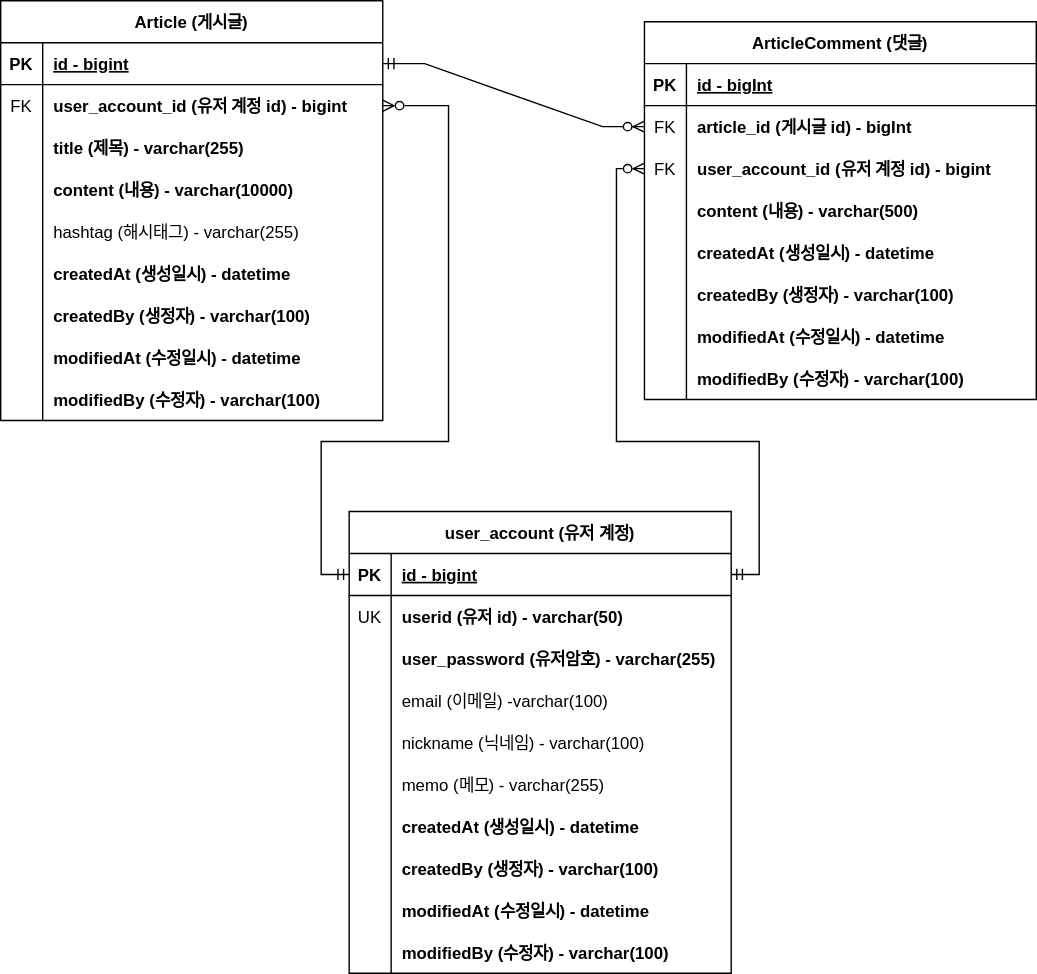
Before: document/project-board-erd.svg, a diagram exported from draw.io (k1064190/fastcampus-project-board). Source tidied: cells renumbered, new cells last; positions are measured from the earlier drawing's top-left corner, leaving out a move shared by most shapes.
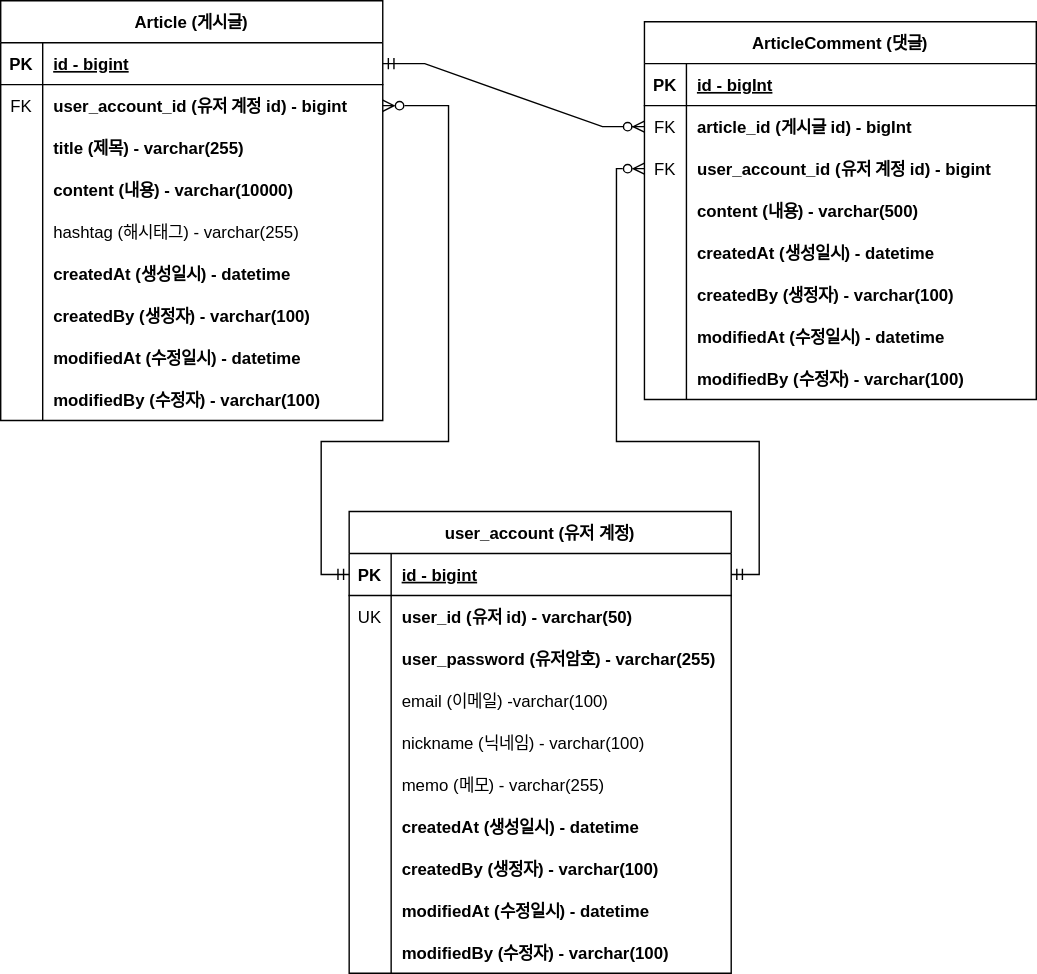
Above is the later version.

What changed in the source:
```diff
@@ -182,7 +182,7 @@
     <mxCell id="61" value="UK" style="shape=partialRectangle;fillColor=none;top=0;left=0;bottom=0;right=0;overflow=hidden;" parent="60" vertex="1">
       <mxGeometry width="30" height="30" as="geometry" />
     </mxCell>
-    <mxCell id="62" value="userid (유저 id) - varchar(50)" style="shape=partialRectangle;fillColor=none;top=0;left=0;bottom=0;right=0;align=left;spacingLeft=6;overflow=hidden;fontStyle=1;" parent="60" vertex="1">
+    <mxCell id="62" value="user_id (유저 id) - varchar(50)" style="shape=partialRectangle;fillColor=none;top=0;left=0;bottom=0;right=0;align=left;spacingLeft=6;overflow=hidden;fontStyle=1;" parent="60" vertex="1">
       <mxGeometry x="30" width="243" height="30" as="geometry" />
     </mxCell>
     <mxCell id="63" style="shape=tableRow;horizontal=0;startSize=0;swimlaneHead=0;swimlaneBody=0;fillColor=none;top=0;left=0;right=0;bottom=0;" parent="56" vertex="1">
```
